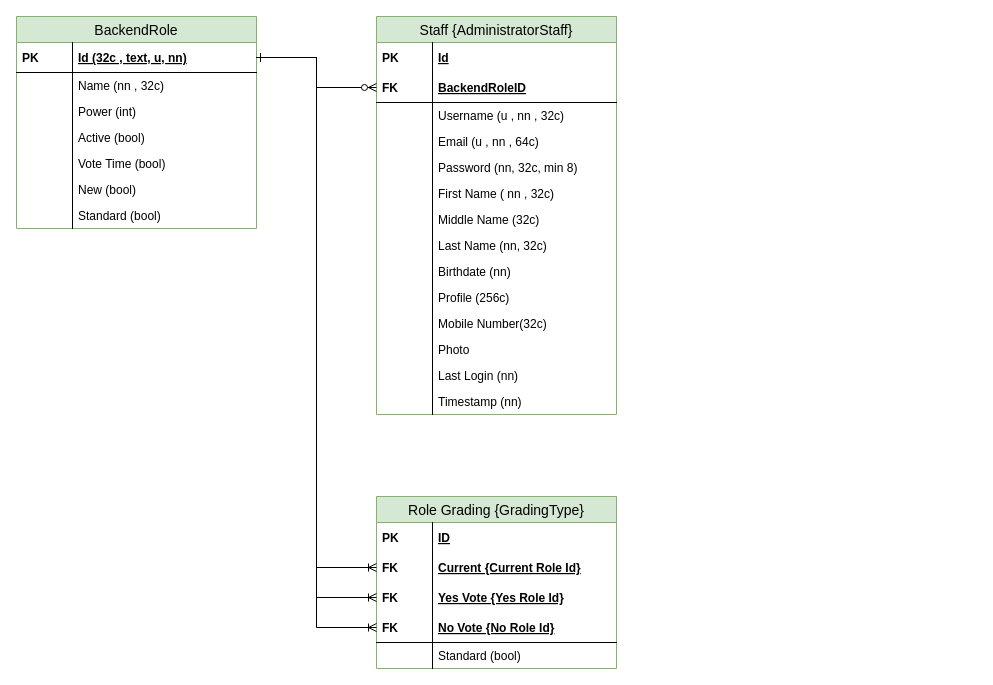
This is database-diagram/Database Diagram.drawio from kosartofiq/Kurdish-Language, a draw.io file, before an edit. Source tidied: cells renumbered, new cells numbered last; positions are measured from the earlier drawing's top-left corner, leaving out a move shared by most shapes. Both pictures are drawn from the tidied source at 100%, with x=0, y=0 at pixel (16, 16).
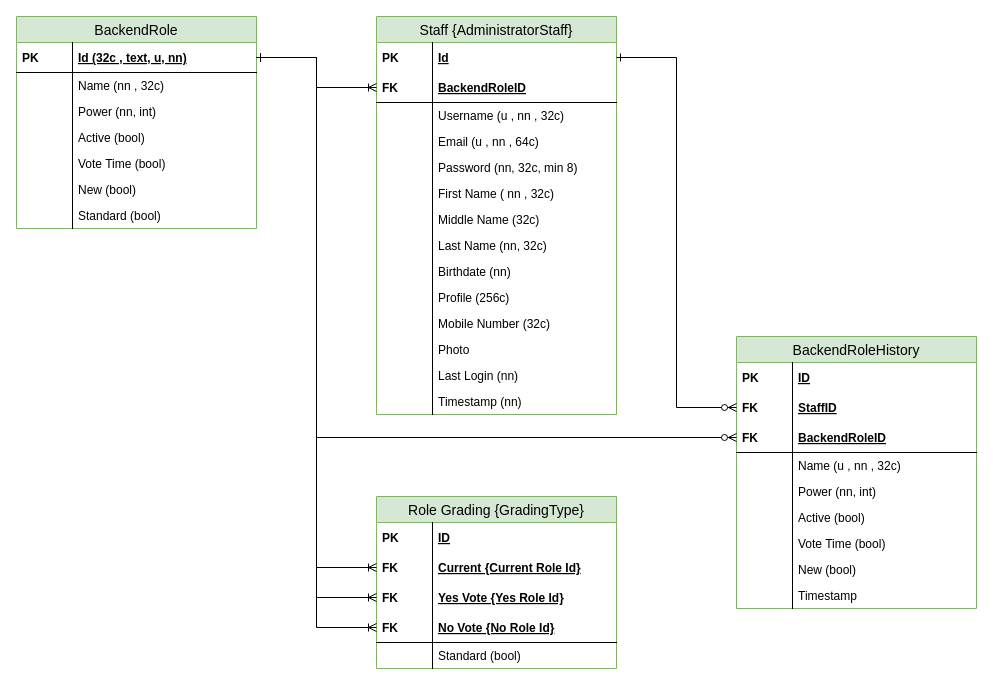
Above is the later version.

Commit message (it also covers changes not shown here):
Add more info to database and add test html for kurdish direction

The change refers to these unchanged cells:
```xml
<mxCell id="2" value="BackendRole" style="swimlane;fontStyle=0;horizontal=1;startSize=26;swimlaneFillColor=#ffffff;align=center;fontSize=14;fillColor=#d5e8d4;strokeColor=#82b366;" parent="1" vertex="1">
  <mxGeometry width="240" height="212" as="geometry" />
</mxCell>
<mxCell id="3" value="Id (32c , text, u, nn)" style="shape=partialRectangle;top=0;left=0;right=0;bottom=1;align=left;verticalAlign=middle;fillColor=none;spacingLeft=60;spacingRight=4;overflow=hidden;points=[[0,0.5],[1,0.5]];portConstraint=eastwest;fontStyle=5;fontSize=12;" parent="2" vertex="1">
  <mxGeometry y="26" width="240" height="30" as="geometry" />
</mxCell>
<mxCell id="17" value="Staff {AdministratorStaff}" style="swimlane;fontStyle=0;horizontal=1;startSize=26;fillColor=#d5e8d4;swimlaneFillColor=#ffffff;align=center;fontSize=14;strokeColor=#82b366;" parent="1" vertex="1">
  <mxGeometry x="360" width="240" height="398" as="geometry" />
</mxCell>
<mxCell id="18" value="Id" style="shape=partialRectangle;top=0;left=0;right=0;bottom=0;align=left;verticalAlign=middle;fillColor=none;spacingLeft=60;spacingRight=4;overflow=hidden;points=[[0,0.5],[1,0.5]];portConstraint=eastwest;fontStyle=5;fontSize=12;" parent="17" vertex="1">
  <mxGeometry y="26" width="240" height="30" as="geometry" />
</mxCell>
<mxCell id="20" value="BackendRoleID" style="shape=partialRectangle;top=0;left=0;right=0;bottom=1;align=left;verticalAlign=middle;fillColor=none;spacingLeft=60;spacingRight=4;overflow=hidden;points=[[0,0.5],[1,0.5]];portConstraint=eastwest;fontStyle=5;fontSize=12;" parent="17" vertex="1">
  <mxGeometry y="56" width="240" height="30" as="geometry" />
</mxCell>
```

The edit, as a diff of the source:
```diff
@@
-    <mxCell id="7" value="Power (int)" style="shape=partialRectangle;top=0;left=0;right=0;bottom=0;align=left;verticalAlign=top;fillColor=none;spacingLeft=60;spacingRight=4;overflow=hidden;fontSize=12;" parent="2" vertex="1">
+    <mxCell id="7" value="Power (nn, int)" style="shape=partialRectangle;top=0;left=0;right=0;bottom=0;align=left;verticalAlign=top;fillColor=none;spacingLeft=60;spacingRight=4;overflow=hidden;fontSize=12;" parent="2" vertex="1">
       <mxGeometry y="82" width="240" height="26" as="geometry" />
     </mxCell>
@@
-    <mxCell id="38" value="Mobile Number(32c)" style="shape=partialRectangle;top=0;left=0;right=0;bottom=0;align=left;verticalAlign=top;fillColor=none;spacingLeft=60;spacingRight=4;overflow=hidden;fontSize=12;" parent="17" vertex="1">
+    <mxCell id="38" value="Mobile Number (32c)" style="shape=partialRectangle;top=0;left=0;right=0;bottom=0;align=left;verticalAlign=top;fillColor=none;spacingLeft=60;spacingRight=4;overflow=hidden;fontSize=12;" parent="17" vertex="1">
       <mxGeometry y="294" width="240" height="26" as="geometry" />
     </mxCell>
@@
-    <mxCell id="46" style="edgeStyle=orthogonalEdgeStyle;rounded=0;jettySize=auto;html=1;startArrow=ERone;startFill=0;endArrow=ERzeroToMany;endFill=1;" parent="1" edge="1" source="3" target="20">
+    <mxCell id="46" style="edgeStyle=orthogonalEdgeStyle;rounded=0;jettySize=auto;html=1;startArrow=ERone;startFill=0;endArrow=ERoneToMany;endFill=0;" parent="1" edge="1" source="3" target="20">
       <mxGeometry relative="1" as="geometry" />
     </mxCell>
@@
+    <mxCell id="61" value="BackendRoleHistory" style="swimlane;fontStyle=0;horizontal=1;startSize=26;fillColor=#d5e8d4;swimlaneFillColor=#ffffff;align=center;fontSize=14;strokeColor=#82b366;" parent="1" vertex="1">
+      <mxGeometry x="720" y="320" width="240" height="272" as="geometry" />
+    </mxCell>
+    <mxCell id="62" value="ID" style="shape=partialRectangle;top=0;left=0;right=0;bottom=0;align=left;verticalAlign=middle;fillColor=none;spacingLeft=60;spacingRight=4;overflow=hidden;fontStyle=5;fontSize=12;" parent="61" vertex="1">
+      <mxGeometry y="26" width="240" height="30" as="geometry" />
+    </mxCell>
+    <mxCell id="63" value="PK" style="shape=partialRectangle;fontStyle=1;top=0;left=0;bottom=0;fillColor=none;align=left;verticalAlign=middle;spacingLeft=4;spacingRight=4;overflow=hidden;fontSize=12;" parent="62" vertex="1">
+      <mxGeometry width="56" height="30" as="geometry" />
+    </mxCell>
+    <mxCell id="64" value="StaffID" style="shape=partialRectangle;top=0;left=0;right=0;bottom=0;align=left;verticalAlign=middle;fillColor=none;spacingLeft=60;spacingRight=4;overflow=hidden;points=[[0,0.5],[1,0.5]];portConstraint=eastwest;fontStyle=5;fontSize=12;" parent="61" vertex="1">
+      <mxGeometry y="56" width="240" height="30" as="geometry" />
+    </mxCell>
+    <mxCell id="65" value="FK" style="shape=partialRectangle;fontStyle=1;top=0;left=0;bottom=0;fillColor=none;align=left;verticalAlign=middle;spacingLeft=4;spacingRight=4;overflow=hidden;fontSize=12;" parent="64" vertex="1">
+      <mxGeometry width="56" height="30" as="geometry" />
+    </mxCell>
+    <mxCell id="66" value="BackendRoleID" style="shape=partialRectangle;top=0;left=0;right=0;bottom=1;align=left;verticalAlign=middle;fillColor=none;spacingLeft=60;spacingRight=4;overflow=hidden;points=[[0,0.5],[1,0.5]];portConstraint=eastwest;fontStyle=5;fontSize=12;" parent="61" vertex="1">
+      <mxGeometry y="86" width="240" height="30" as="geometry" />
+    </mxCell>
+    <mxCell id="67" value="FK" style="shape=partialRectangle;fontStyle=1;top=0;left=0;bottom=0;fillColor=none;align=left;verticalAlign=middle;spacingLeft=4;spacingRight=4;overflow=hidden;fontSize=12;" parent="66" vertex="1">
+      <mxGeometry width="56" height="30" as="geometry" />
+    </mxCell>
+    <mxCell id="68" value="Name (u , nn , 32c)" style="shape=partialRectangle;top=0;left=0;right=0;bottom=0;align=left;verticalAlign=top;fillColor=none;spacingLeft=60;spacingRight=4;overflow=hidden;fontSize=12;" parent="61" vertex="1">
+      <mxGeometry y="116" width="240" height="26" as="geometry" />
+    </mxCell>
+    <mxCell id="69" style="shape=partialRectangle;top=0;left=0;bottom=0;fillColor=none;align=left;verticalAlign=top;spacingLeft=4;spacingRight=4;overflow=hidden;fontSize=12;" parent="68" vertex="1">
+      <mxGeometry width="56" height="26" as="geometry" />
+    </mxCell>
+    <mxCell id="70" value="Power (nn, int)" style="shape=partialRectangle;top=0;left=0;right=0;bottom=0;align=left;verticalAlign=top;fillColor=none;spacingLeft=60;spacingRight=4;overflow=hidden;fontSize=12;" parent="61" vertex="1">
+      <mxGeometry y="142" width="240" height="26" as="geometry" />
+    </mxCell>
+    <mxCell id="71" style="shape=partialRectangle;top=0;left=0;bottom=0;fillColor=none;align=left;verticalAlign=top;spacingLeft=4;spacingRight=4;overflow=hidden;fontSize=12;" parent="70" vertex="1">
+      <mxGeometry width="56" height="26" as="geometry" />
+    </mxCell>
+    <mxCell id="72" value="Active (bool)" style="shape=partialRectangle;top=0;left=0;right=0;bottom=0;align=left;verticalAlign=top;fillColor=none;spacingLeft=60;spacingRight=4;overflow=hidden;fontSize=12;" parent="61" vertex="1">
+      <mxGeometry y="168" width="240" height="26" as="geometry" />
+    </mxCell>
+    <mxCell id="73" style="shape=partialRectangle;top=0;left=0;bottom=0;fillColor=none;align=left;verticalAlign=top;spacingLeft=4;spacingRight=4;overflow=hidden;fontSize=12;" parent="72" vertex="1">
+      <mxGeometry width="56" height="26" as="geometry" />
+    </mxCell>
+    <mxCell id="74" value="Vote Time (bool)" style="shape=partialRectangle;top=0;left=0;right=0;bottom=0;align=left;verticalAlign=top;fillColor=none;spacingLeft=60;spacingRight=4;overflow=hidden;fontSize=12;" parent="61" vertex="1">
+      <mxGeometry y="194" width="240" height="26" as="geometry" />
+    </mxCell>
+    <mxCell id="75" style="shape=partialRectangle;top=0;left=0;bottom=0;fillColor=none;align=left;verticalAlign=top;spacingLeft=4;spacingRight=4;overflow=hidden;fontSize=12;" parent="74" vertex="1">
+      <mxGeometry width="56" height="26" as="geometry" />
+    </mxCell>
+    <mxCell id="76" value="New (bool)" style="shape=partialRectangle;top=0;left=0;right=0;bottom=0;align=left;verticalAlign=top;fillColor=none;spacingLeft=60;spacingRight=4;overflow=hidden;fontSize=12;" parent="61" vertex="1">
+      <mxGeometry y="220" width="240" height="26" as="geometry" />
+    </mxCell>
+    <mxCell id="77" style="shape=partialRectangle;top=0;left=0;bottom=0;fillColor=none;align=left;verticalAlign=top;spacingLeft=4;spacingRight=4;overflow=hidden;fontSize=12;" parent="76" vertex="1">
+      <mxGeometry width="56" height="26" as="geometry" />
+    </mxCell>
+    <mxCell id="78" value="Timestamp" style="shape=partialRectangle;top=0;left=0;right=0;bottom=0;align=left;verticalAlign=top;fillColor=none;spacingLeft=60;spacingRight=4;overflow=hidden;fontSize=12;" parent="61" vertex="1">
+      <mxGeometry y="246" width="240" height="26" as="geometry" />
+    </mxCell>
+    <mxCell id="79" style="shape=partialRectangle;top=0;left=0;bottom=0;fillColor=none;align=left;verticalAlign=top;spacingLeft=4;spacingRight=4;overflow=hidden;fontSize=12;" parent="78" vertex="1">
+      <mxGeometry width="56" height="26" as="geometry" />
+    </mxCell>
+    <mxCell id="80" style="edgeStyle=orthogonalEdgeStyle;rounded=0;jettySize=auto;html=1;entryX=0;entryY=0.5;entryDx=0;entryDy=0;startArrow=ERone;startFill=0;endArrow=ERzeroToMany;endFill=1;" parent="1" edge="1" source="18" target="64">
+      <mxGeometry relative="1" as="geometry" />
+    </mxCell>
+    <mxCell id="81" style="edgeStyle=orthogonalEdgeStyle;rounded=0;jettySize=auto;html=1;entryX=0;entryY=0.5;entryDx=0;entryDy=0;startArrow=ERone;startFill=0;endArrow=ERzeroToMany;endFill=1;" parent="1" edge="1" source="3" target="66">
+      <mxGeometry relative="1" as="geometry">
+        <Array as="points">
+          <mxPoint x="300" y="41" />
+          <mxPoint x="300" y="421" />
+        </Array>
+      </mxGeometry>
+    </mxCell>
```
